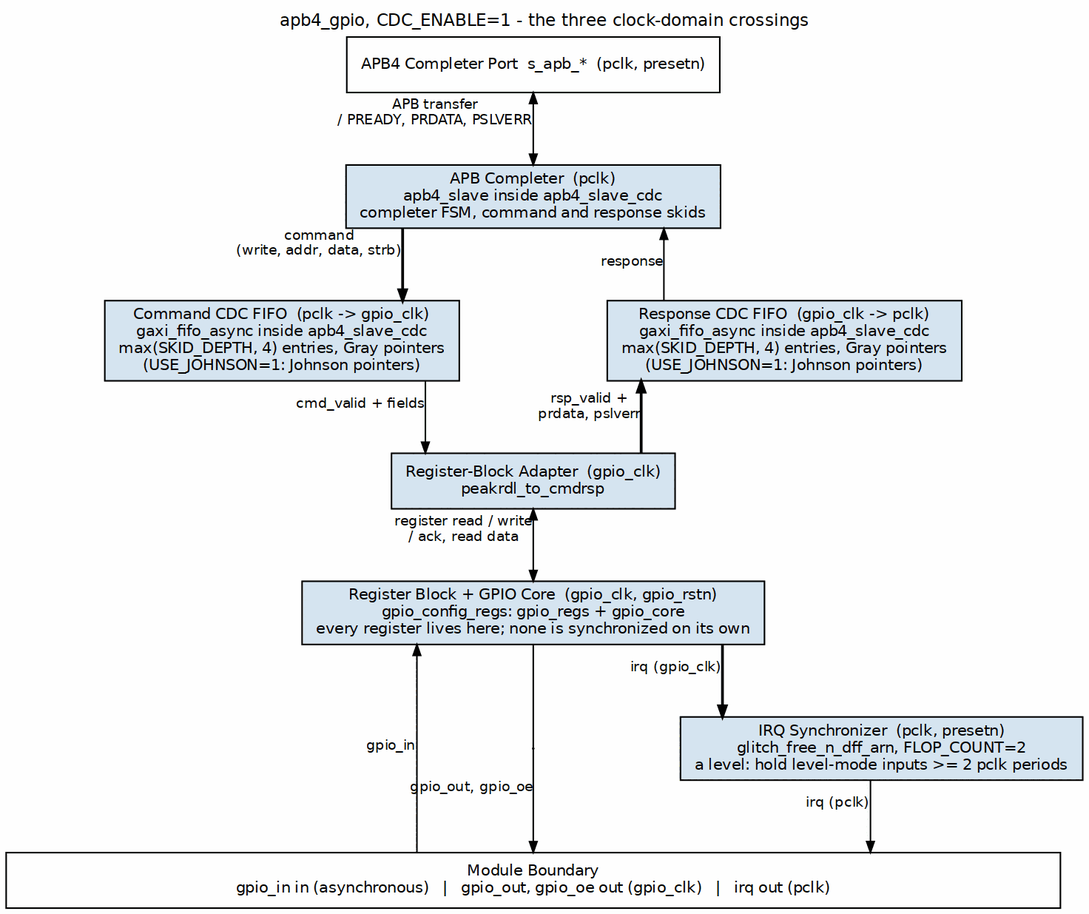
Before: projects/components/legacy-ip/retro_legacy_blocks/docs/gpio_mas/assets/graphviz/gpio_cdc_crossings.png, a diagram exported from Graphviz (sean-galloway/RTLDesignSherpa). Its source is kept beside it as projects/components/legacy-ip/retro_legacy_blocks/docs/gpio_mas/assets/graphviz/gpio_cdc_crossings.dot.
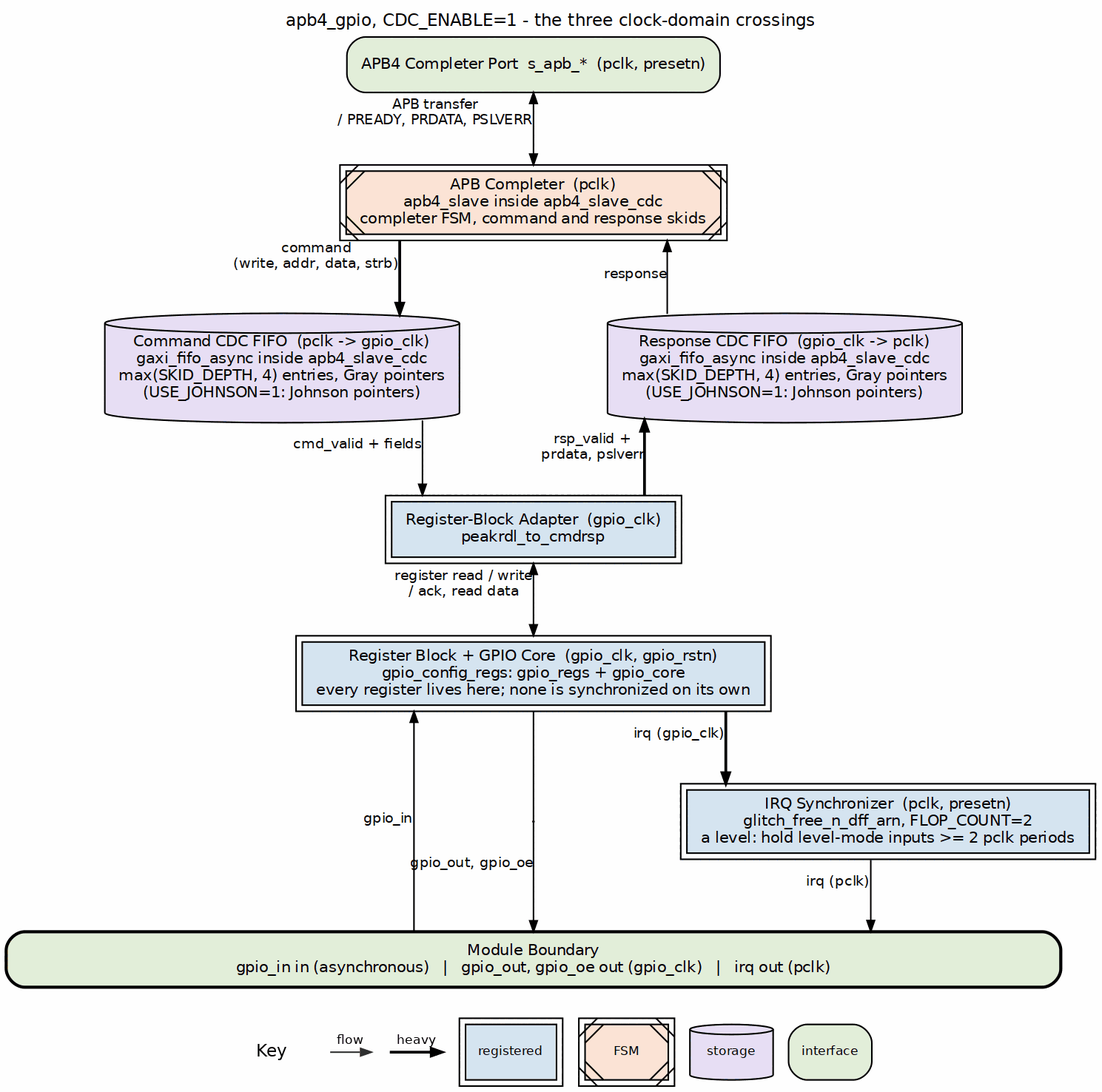
The same diagram one commit later.

Diff of the diagram source:
```diff
@@ -4,19 +4,19 @@
            label="apb4_gpio, CDC_ENABLE=1 - the three clock-domain crossings",
            labelloc=t, labeljust=c];
     node  [fontname="Helvetica", fontsize=10, shape=box, style=filled,
-           fillcolor="#D6E4F0", color="black", margin="0.12,0.06"];
+           fillcolor="white", color="black", margin="0.12,0.06"];
     edge  [fontname="Helvetica", fontsize=9, color="black", arrowsize=0.7];
 
-    apb  [label="APB4 Completer Port  s_apb_*  (pclk, presetn)", fillcolor="white"];
-    core [label="APB Completer  (pclk)\napb4_slave inside apb4_slave_cdc\ncompleter FSM, command and response skids"];
-    cmdf [label="Command CDC FIFO  (pclk -> gpio_clk)\ngaxi_fifo_async inside apb4_slave_cdc\nmax(SKID_DEPTH, 4) entries, Gray pointers\n(USE_JOHNSON=1: Johnson pointers)"];
-    rspf [label="Response CDC FIFO  (gpio_clk -> pclk)\ngaxi_fifo_async inside apb4_slave_cdc\nmax(SKID_DEPTH, 4) entries, Gray pointers\n(USE_JOHNSON=1: Johnson pointers)"];
-    adp  [label="Register-Block Adapter  (gpio_clk)\npeakrdl_to_cmdrsp"];
-    cfg  [label="Register Block + GPIO Core  (gpio_clk, gpio_rstn)\ngpio_config_regs: gpio_regs + gpio_core\nevery register lives here; none is synchronized on its own"];
-    isy  [label="IRQ Synchronizer  (pclk, presetn)\nglitch_free_n_dff_arn, FLOP_COUNT=2\na level: hold level-mode inputs >= 2 pclk periods"];
+    apb  [label="APB4 Completer Port  s_apb_*  (pclk, presetn)", fillcolor="white", style="rounded,filled", fillcolor="#E2EFDA"];
+    core [label="APB Completer  (pclk)\napb4_slave inside apb4_slave_cdc\ncompleter FSM, command and response skids", peripheries=2, style="filled,diagonals", fillcolor="#FCE4D6"];
+    cmdf [label="Command CDC FIFO  (pclk -> gpio_clk)\ngaxi_fifo_async inside apb4_slave_cdc\nmax(SKID_DEPTH, 4) entries, Gray pointers\n(USE_JOHNSON=1: Johnson pointers)", shape=cylinder, style="filled", fillcolor="#E8DFF5"];
+    rspf [label="Response CDC FIFO  (gpio_clk -> pclk)\ngaxi_fifo_async inside apb4_slave_cdc\nmax(SKID_DEPTH, 4) entries, Gray pointers\n(USE_JOHNSON=1: Johnson pointers)", shape=cylinder, style="filled", fillcolor="#E8DFF5"];
+    adp  [label="Register-Block Adapter  (gpio_clk)\npeakrdl_to_cmdrsp", peripheries=2, style="filled", fillcolor="#D6E4F0"];
+    cfg  [label="Register Block + GPIO Core  (gpio_clk, gpio_rstn)\ngpio_config_regs: gpio_regs + gpio_core\nevery register lives here; none is synchronized on its own", peripheries=2, style="filled", fillcolor="#D6E4F0"];
+    isy  [label="IRQ Synchronizer  (pclk, presetn)\nglitch_free_n_dff_arn, FLOP_COUNT=2\na level: hold level-mode inputs >= 2 pclk periods", peripheries=2, style="filled", fillcolor="#D6E4F0"];
 
     bar [label="Module Boundary\ngpio_in in (asynchronous)   |   gpio_out, gpio_oe out (gpio_clk)   |   irq out (pclk)",
-         fillcolor="white", width=9.5];
+         fillcolor="white", width=9.5, style="rounded,filled,bold", fillcolor="#E2EFDA"];
 
     apb  -> core [dir=both, xlabel="APB transfer\n/ PREADY, PRDATA, PSLVERR"];
     core -> cmdf [penwidth=1.8, xlabel="command\n(write, addr, data, strb)"];
```
